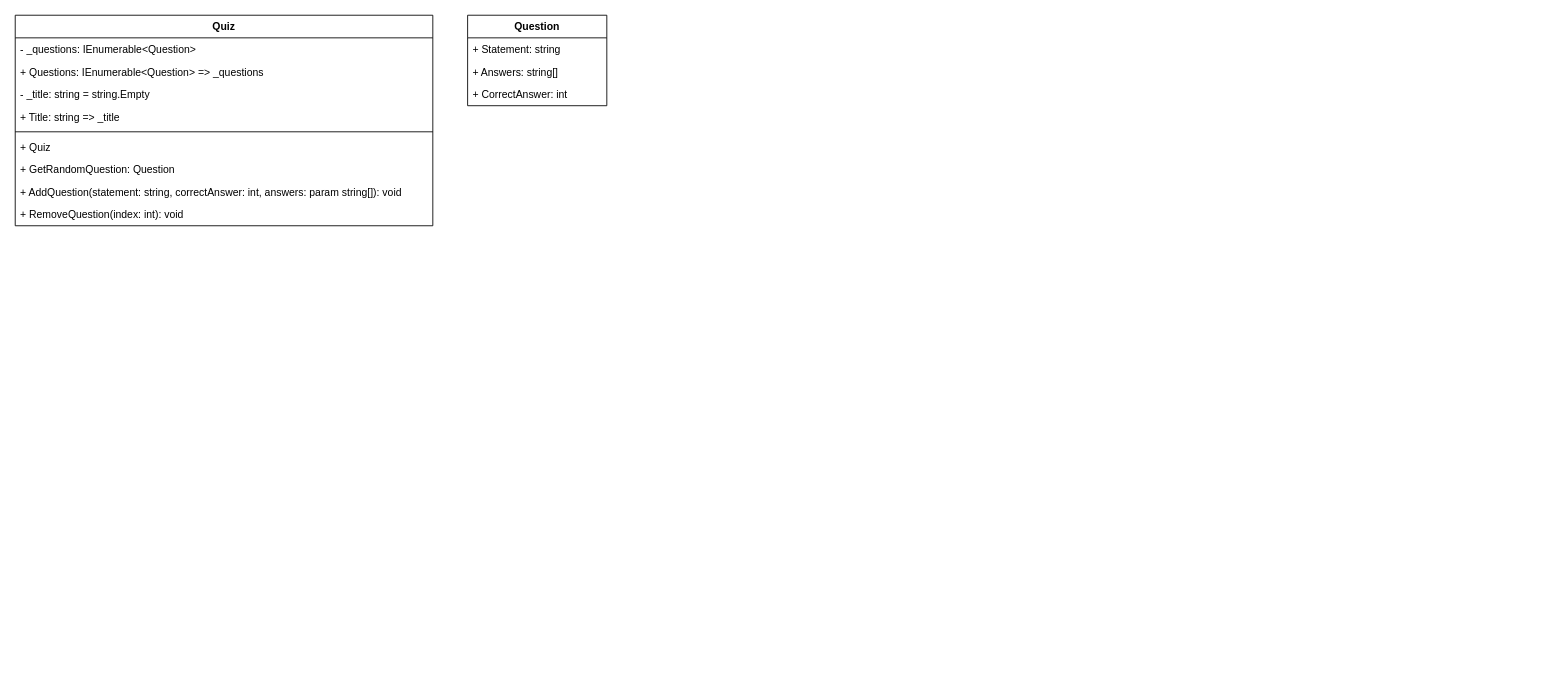
Earlier version of the draw.io diagram Planering Labb3.drawio (thelilh/Labb2). Source tidied: cells renumbered, new cells numbered last; positions are measured from the earlier drawing's top-left corner, leaving out a move shared by most shapes. Both pictures are drawn from the tidied source at 87%, with x=0, y=0 at pixel (15, 15).
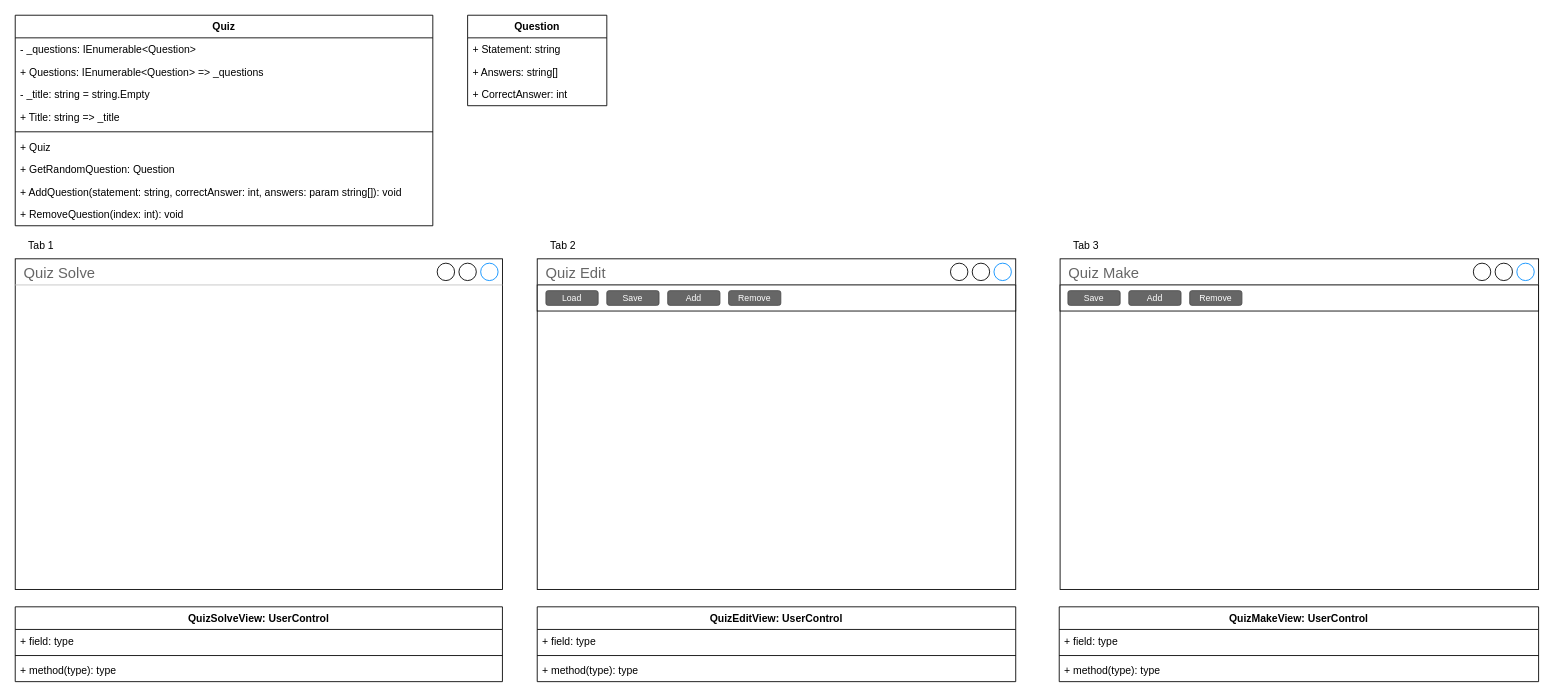
Above is the later version.

The edit, as a diff of the source:
```diff
@@
+    <mxCell id="16" value="Quiz Solve" style="strokeWidth=1;shadow=0;dashed=0;align=center;html=1;shape=mxgraph.mockup.containers.window;align=left;verticalAlign=top;spacingLeft=8;strokeColor2=#008cff;strokeColor3=#c4c4c4;fontColor=#666666;mainText=;fontSize=17;labelBackgroundColor=none;" parent="1" vertex="1">
+      <mxGeometry y="280" width="560" height="380" as="geometry" />
+    </mxCell>
+    <mxCell id="17" value="Quiz Edit" style="strokeWidth=1;shadow=0;dashed=0;align=center;html=1;shape=mxgraph.mockup.containers.window;align=left;verticalAlign=top;spacingLeft=8;strokeColor2=#008cff;strokeColor3=#c4c4c4;fontColor=#666666;mainText=;fontSize=17;labelBackgroundColor=none;" parent="1" vertex="1">
+      <mxGeometry x="600" y="280" width="550" height="380" as="geometry" />
+    </mxCell>
+    <mxCell id="18" value="&lt;font color=&quot;#000000&quot;&gt;Tab 1&lt;br&gt;&lt;/font&gt;" style="text;html=1;strokeColor=none;fillColor=none;align=center;verticalAlign=middle;whiteSpace=wrap;rounded=0;shadow=0;dashed=0;strokeWidth=1;fontFamily=Helvetica;fontSize=12;fontColor=#ffffff;" parent="1" vertex="1">
+      <mxGeometry y="250" width="60" height="30" as="geometry" />
+    </mxCell>
+    <mxCell id="19" value="&lt;font color=&quot;#000000&quot;&gt;Tab 2&lt;br&gt;&lt;/font&gt;" style="text;html=1;strokeColor=none;fillColor=none;align=center;verticalAlign=middle;whiteSpace=wrap;rounded=0;shadow=0;dashed=0;strokeWidth=1;fontFamily=Helvetica;fontSize=12;fontColor=#ffffff;" parent="1" vertex="1">
+      <mxGeometry x="600" y="250" width="60" height="30" as="geometry" />
+    </mxCell>
+    <mxCell id="20" value="Quiz Make" style="strokeWidth=1;shadow=0;dashed=0;align=center;html=1;shape=mxgraph.mockup.containers.window;align=left;verticalAlign=top;spacingLeft=8;strokeColor2=#008cff;strokeColor3=#c4c4c4;fontColor=#666666;mainText=;fontSize=17;labelBackgroundColor=none;" parent="1" vertex="1">
+      <mxGeometry x="1201" y="280" width="550" height="380" as="geometry" />
+    </mxCell>
+    <mxCell id="21" value="&lt;font color=&quot;#000000&quot;&gt;Tab 3&lt;br&gt;&lt;/font&gt;" style="text;html=1;strokeColor=none;fillColor=none;align=center;verticalAlign=middle;whiteSpace=wrap;rounded=0;shadow=0;dashed=0;strokeWidth=1;fontFamily=Helvetica;fontSize=12;fontColor=#ffffff;" parent="1" vertex="1">
+      <mxGeometry x="1201" y="250" width="60" height="30" as="geometry" />
+    </mxCell>
+    <mxCell id="22" value="QuizEditView: UserControl" style="swimlane;fontStyle=1;align=center;verticalAlign=top;horizontal=1;startSize=26;strokeColor=default;fontFamily=Helvetica;fontSize=12;fontColor=default;fillColor=default;" parent="1" vertex="1">
+      <mxGeometry x="600" y="680" width="550" height="86" as="geometry" />
+    </mxCell>
+    <mxCell id="23" value="+ field: type" style="text;strokeColor=none;fillColor=none;align=left;verticalAlign=top;spacingLeft=4;spacingRight=4;overflow=hidden;fontFamily=Helvetica;fontSize=12;fontColor=default;startSize=26;" parent="22" vertex="1">
+      <mxGeometry y="26" width="550" height="26" as="geometry" />
+    </mxCell>
+    <mxCell id="24" style="line;strokeWidth=1;fillColor=none;align=left;verticalAlign=middle;spacingTop=-1;spacingLeft=3;spacingRight=3;labelPosition=right;strokeColor=inherit;fontFamily=Helvetica;fontSize=12;fontColor=default;startSize=26;" parent="22" vertex="1">
+      <mxGeometry y="52" width="550" height="8" as="geometry" />
+    </mxCell>
+    <mxCell id="25" value="+ method(type): type" style="text;strokeColor=none;fillColor=none;align=left;verticalAlign=top;spacingLeft=4;spacingRight=4;overflow=hidden;fontFamily=Helvetica;fontSize=12;fontColor=default;startSize=26;" parent="22" vertex="1">
+      <mxGeometry y="60" width="550" height="26" as="geometry" />
+    </mxCell>
+    <mxCell id="26" value="QuizSolveView: UserControl" style="swimlane;fontStyle=1;align=center;verticalAlign=top;horizontal=1;startSize=26;strokeColor=default;fontFamily=Helvetica;fontSize=12;fontColor=default;fillColor=default;" parent="1" vertex="1">
+      <mxGeometry y="680" width="560" height="86" as="geometry" />
+    </mxCell>
+    <mxCell id="27" value="+ field: type" style="text;strokeColor=none;fillColor=none;align=left;verticalAlign=top;spacingLeft=4;spacingRight=4;overflow=hidden;fontFamily=Helvetica;fontSize=12;fontColor=default;startSize=26;" parent="26" vertex="1">
+      <mxGeometry y="26" width="560" height="26" as="geometry" />
+    </mxCell>
+    <mxCell id="28" style="line;strokeWidth=1;fillColor=none;align=left;verticalAlign=middle;spacingTop=-1;spacingLeft=3;spacingRight=3;labelPosition=right;strokeColor=inherit;fontFamily=Helvetica;fontSize=12;fontColor=default;startSize=26;" parent="26" vertex="1">
+      <mxGeometry y="52" width="560" height="8" as="geometry" />
+    </mxCell>
+    <mxCell id="29" value="+ method(type): type" style="text;strokeColor=none;fillColor=none;align=left;verticalAlign=top;spacingLeft=4;spacingRight=4;overflow=hidden;fontFamily=Helvetica;fontSize=12;fontColor=default;startSize=26;" parent="26" vertex="1">
+      <mxGeometry y="60" width="560" height="26" as="geometry" />
+    </mxCell>
+    <mxCell id="30" value="QuizMakeView: UserControl" style="swimlane;fontStyle=1;align=center;verticalAlign=top;horizontal=1;startSize=26;strokeColor=default;fontFamily=Helvetica;fontSize=12;fontColor=default;fillColor=default;" parent="1" vertex="1">
+      <mxGeometry x="1200" y="680" width="551" height="86" as="geometry" />
+    </mxCell>
+    <mxCell id="31" value="+ field: type" style="text;strokeColor=none;fillColor=none;align=left;verticalAlign=top;spacingLeft=4;spacingRight=4;overflow=hidden;fontFamily=Helvetica;fontSize=12;fontColor=default;startSize=26;" parent="30" vertex="1">
+      <mxGeometry y="26" width="551" height="26" as="geometry" />
+    </mxCell>
+    <mxCell id="32" style="line;strokeWidth=1;fillColor=none;align=left;verticalAlign=middle;spacingTop=-1;spacingLeft=3;spacingRight=3;labelPosition=right;strokeColor=inherit;fontFamily=Helvetica;fontSize=12;fontColor=default;startSize=26;" parent="30" vertex="1">
+      <mxGeometry y="52" width="551" height="8" as="geometry" />
+    </mxCell>
+    <mxCell id="33" value="+ method(type): type" style="text;strokeColor=none;fillColor=none;align=left;verticalAlign=top;spacingLeft=4;spacingRight=4;overflow=hidden;fontFamily=Helvetica;fontSize=12;fontColor=default;startSize=26;" parent="30" vertex="1">
+      <mxGeometry y="60" width="551" height="26" as="geometry" />
+    </mxCell>
+    <mxCell id="34" style="rounded=0;whiteSpace=wrap;html=1;strokeColor=default;fontFamily=Helvetica;fontSize=12;fontColor=default;startSize=26;fillColor=default;" parent="1" vertex="1">
+      <mxGeometry x="600" y="310" width="550" height="30" as="geometry" />
+    </mxCell>
+    <mxCell id="35" style="rounded=0;whiteSpace=wrap;html=1;strokeColor=default;fontFamily=Helvetica;fontSize=12;fontColor=default;startSize=26;fillColor=default;" parent="1" vertex="1">
+      <mxGeometry x="1201" y="310" width="550" height="30" as="geometry" />
+    </mxCell>
+    <mxCell id="36" value="Save" style="rounded=1;html=1;shadow=0;dashed=0;whiteSpace=wrap;fontSize=10;fillColor=#666666;align=center;strokeColor=#4D4D4D;fontColor=#ffffff;fontFamily=Helvetica;startSize=26;" parent="1" vertex="1">
+      <mxGeometry x="1210" y="316.6" width="60" height="16.9" as="geometry" />
+    </mxCell>
+    <mxCell id="37" value="Load" style="rounded=1;html=1;shadow=0;dashed=0;whiteSpace=wrap;fontSize=10;fillColor=#666666;align=center;strokeColor=#4D4D4D;fontColor=#ffffff;fontFamily=Helvetica;startSize=26;" parent="1" vertex="1">
+      <mxGeometry x="610" y="316.6" width="60" height="16.9" as="geometry" />
+    </mxCell>
+    <mxCell id="38" value="Save" style="rounded=1;html=1;shadow=0;dashed=0;whiteSpace=wrap;fontSize=10;fillColor=#666666;align=center;strokeColor=#4D4D4D;fontColor=#ffffff;fontFamily=Helvetica;startSize=26;" parent="1" vertex="1">
+      <mxGeometry x="680" y="316.6" width="60" height="16.9" as="geometry" />
+    </mxCell>
+    <mxCell id="39" value="Add" style="rounded=1;html=1;shadow=0;dashed=0;whiteSpace=wrap;fontSize=10;fillColor=#666666;align=center;strokeColor=#4D4D4D;fontColor=#ffffff;fontFamily=Helvetica;startSize=26;" parent="1" vertex="1">
+      <mxGeometry x="750" y="316.6" width="60" height="16.9" as="geometry" />
+    </mxCell>
+    <mxCell id="40" value="Remove" style="rounded=1;html=1;shadow=0;dashed=0;whiteSpace=wrap;fontSize=10;fillColor=#666666;align=center;strokeColor=#4D4D4D;fontColor=#ffffff;fontFamily=Helvetica;startSize=26;" parent="1" vertex="1">
+      <mxGeometry x="820" y="316.6" width="60" height="16.9" as="geometry" />
+    </mxCell>
+    <mxCell id="41" value="Add" style="rounded=1;html=1;shadow=0;dashed=0;whiteSpace=wrap;fontSize=10;fillColor=#666666;align=center;strokeColor=#4D4D4D;fontColor=#ffffff;fontFamily=Helvetica;startSize=26;" parent="1" vertex="1">
+      <mxGeometry x="1280" y="316.6" width="60" height="16.9" as="geometry" />
+    </mxCell>
+    <mxCell id="42" value="Remove" style="rounded=1;html=1;shadow=0;dashed=0;whiteSpace=wrap;fontSize=10;fillColor=#666666;align=center;strokeColor=#4D4D4D;fontColor=#ffffff;fontFamily=Helvetica;startSize=26;" parent="1" vertex="1">
+      <mxGeometry x="1350" y="316.6" width="60" height="16.9" as="geometry" />
+    </mxCell>
```
